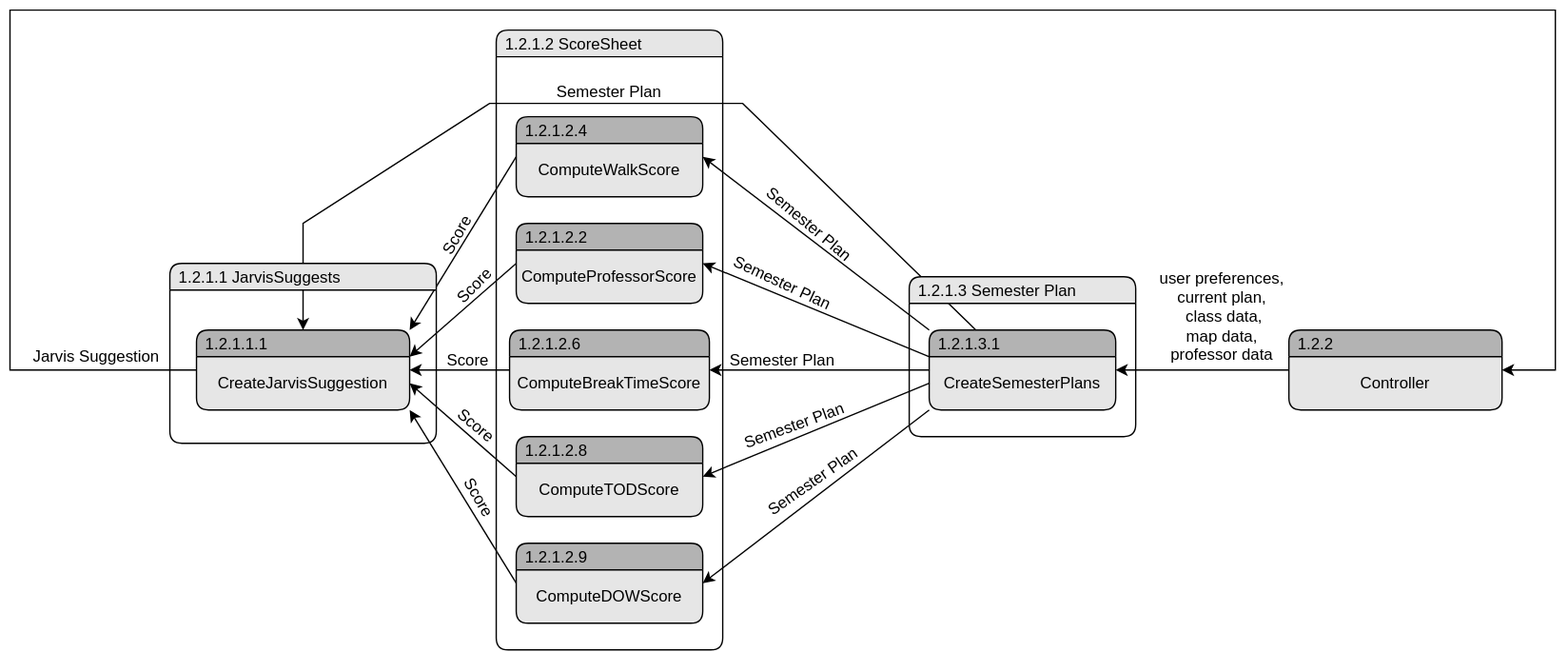
Earlier version of the draw.io export Logic/TeamTwoFiles/AlgorithmDataFlowDiagram.svg (MckennahPalmer/CSE430). Source tidied: cells renumbered, new cells last; positions are measured from the earlier drawing's top-left corner, leaving out a move shared by most shapes.
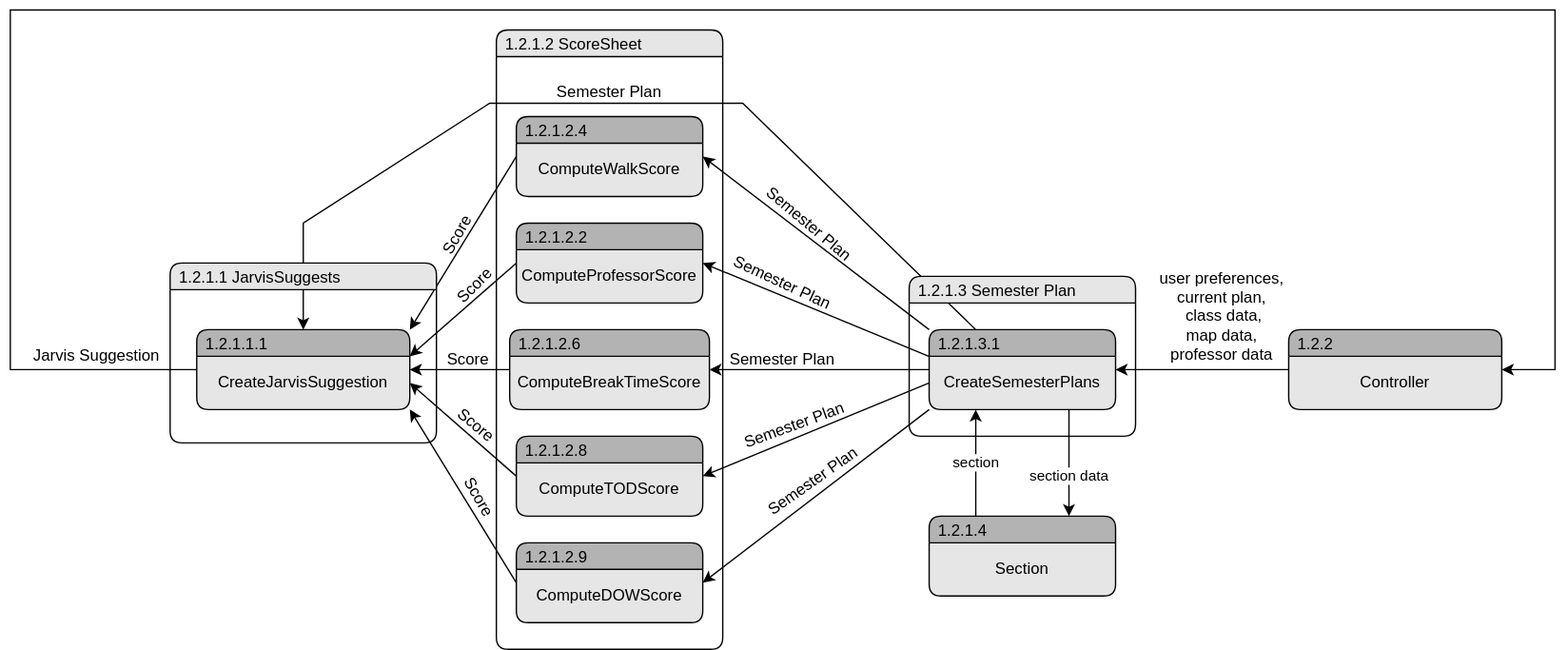
Above is the later version.

The edit, as a diff of the source:
```diff
@@ -62,21 +62,21 @@
     <mxCell id="21" style="endArrow=classic;html=1;rounded=0;exitX=0;exitY=0.25;exitDx=0;exitDy=0;entryX=1;entryY=0;entryDx=0;entryDy=0;" parent="1" edge="1" source="8" target="40">
       <mxGeometry relative="1" as="geometry" />
     </mxCell>
-    <mxCell id="22" style="endArrow=classic;html=1;rounded=0;entryX=1;entryY=0.25;entryDx=0;entryDy=0;exitX=0;exitY=0.25;exitDx=0;exitDy=0;" parent="1" edge="1" source="10">
-      <mxGeometry relative="1" as="geometry">
-        <mxPoint x="300" y="270" as="targetPoint" />
-      </mxGeometry>
-    </mxCell>
-    <mxCell id="23" style="endArrow=classic;html=1;rounded=0;entryX=1;entryY=0.5;entryDx=0;entryDy=0;exitX=0;exitY=0.25;exitDx=0;exitDy=0;" parent="1" edge="1" source="12">
-      <mxGeometry relative="1" as="geometry">
-        <mxPoint x="300" y="280" as="targetPoint" />
-      </mxGeometry>
-    </mxCell>
-    <mxCell id="24" style="endArrow=classic;html=1;rounded=0;entryX=1;entryY=1;entryDx=0;entryDy=0;exitX=0;exitY=0.25;exitDx=0;exitDy=0;" parent="1" edge="1" source="14">
-      <mxGeometry relative="1" as="geometry">
-        <mxPoint x="300" y="300" as="targetPoint" />
-      </mxGeometry>
-    </mxCell>
+    <mxCell id="47" style="endArrow=classic;html=1;rounded=0;entryX=1;entryY=0.25;entryDx=0;entryDy=0;exitX=0;exitY=0.25;exitDx=0;exitDy=0;" parent="1" edge="1" source="10">
+      <mxGeometry relative="1" as="geometry">
+        <mxPoint x="300" y="270" as="targetPoint" />
+      </mxGeometry>
+    </mxCell>
+    <mxCell id="48" style="endArrow=classic;html=1;rounded=0;entryX=1;entryY=0.5;entryDx=0;entryDy=0;exitX=0;exitY=0.25;exitDx=0;exitDy=0;" parent="1" edge="1" source="12">
+      <mxGeometry relative="1" as="geometry">
+        <mxPoint x="300" y="280" as="targetPoint" />
+      </mxGeometry>
+    </mxCell>
+    <mxCell id="49" style="endArrow=classic;html=1;rounded=0;entryX=1;entryY=1;entryDx=0;entryDy=0;exitX=0;exitY=0.25;exitDx=0;exitDy=0;" parent="1" edge="1" source="14">
+      <mxGeometry relative="1" as="geometry">
+        <mxPoint x="300" y="300" as="targetPoint" />
+      </mxGeometry>
+    </mxCell>
     <mxCell id="25" style="endArrow=classic;html=1;rounded=0;entryX=1;entryY=0.25;entryDx=0;entryDy=0;exitX=0;exitY=0.25;exitDx=0;exitDy=0;" parent="1" edge="1" source="40" target="46">
       <mxGeometry relative="1" as="geometry">
         <Array as="points">
@@ -147,16 +147,38 @@
     <mxCell id="43" value="1.2.1.3 Semester Plan" style="swimlane;fontStyle=0;horizontal=1;startSize=20;fillColor=#E6E6E6;swimlaneFillColor=none;rounded=1;spacingLeft=5;align=left;" parent="1" vertex="1">
       <mxGeometry x="675" y="200" width="170" height="120" as="geometry" />
     </mxCell>
-    <mxCell id="44" style="endArrow=classic;html=1;rounded=0;entryX=1;entryY=0.25;entryDx=0;entryDy=0;exitX=0;exitY=0.25;exitDx=0;exitDy=0;" parent="1" edge="1" target="6">
-      <mxGeometry relative="1" as="geometry">
-        <mxPoint x="960" y="270" as="sourcePoint" />
-      </mxGeometry>
-    </mxCell>
+    <mxCell id="50" style="endArrow=classic;html=1;rounded=0;entryX=1;entryY=0.25;entryDx=0;entryDy=0;exitX=0;exitY=0.25;exitDx=0;exitDy=0;" parent="1" edge="1" target="6">
+      <mxGeometry relative="1" as="geometry">
+        <mxPoint x="960" y="270" as="sourcePoint" />
+      </mxGeometry>
+    </mxCell>
     <mxCell id="45" value="1.2.2" style="swimlane;fontStyle=0;horizontal=1;startSize=20;fillColor=#B3B3B3;swimlaneFillColor=#E6E6E6;rounded=1;spacingLeft=5;align=left;" parent="1" vertex="1">
       <mxGeometry x="960" y="240" width="160" height="60" as="geometry" />
     </mxCell>
     <mxCell id="46" value="Controller" style="text;html=1;strokeColor=none;fillColor=none;align=center;verticalAlign=middle;whiteSpace=wrap;rounded=0;" parent="45" vertex="1">
       <mxGeometry y="20" width="160" height="40" as="geometry" />
     </mxCell>
+    <mxCell id="51" value="1.2.1.4" style="swimlane;fontStyle=0;horizontal=1;startSize=20;fillColor=#B3B3B3;swimlaneFillColor=#E6E6E6;rounded=1;spacingLeft=5;align=left;" parent="1" vertex="1">
+      <mxGeometry x="690" y="380" width="140" height="60" as="geometry" />
+    </mxCell>
+    <mxCell id="52" value="Section" style="text;html=1;strokeColor=none;fillColor=none;align=center;verticalAlign=middle;whiteSpace=wrap;rounded=0;" parent="51" vertex="1">
+      <mxGeometry y="20" width="140" height="40" as="geometry" />
+    </mxCell>
+    <mxCell id="53" style="endArrow=classic;html=1;rounded=0;exitX=0.75;exitY=1;exitDx=0;exitDy=0;entryX=0.75;entryY=0;entryDx=0;entryDy=0;" parent="1" edge="1" source="6" target="51">
+      <mxGeometry relative="1" as="geometry" />
+    </mxCell>
+    <mxCell id="54" value="section data" style="edgeLabel;html=1;align=center;verticalAlign=middle;" parent="53" vertex="1">
+      <mxGeometry x="-0.15" y="-1" relative="1" as="geometry">
+        <mxPoint y="16" as="offset" />
+      </mxGeometry>
+    </mxCell>
+    <mxCell id="55" style="endArrow=classic;html=1;rounded=0;entryX=0.25;entryY=1;entryDx=0;entryDy=0;exitX=0.25;exitY=0;exitDx=0;exitDy=0;" parent="1" edge="1" source="51" target="6">
+      <mxGeometry relative="1" as="geometry" />
+    </mxCell>
+    <mxCell id="56" value="section" style="edgeLabel;html=1;align=center;verticalAlign=middle;" parent="55" vertex="1">
+      <mxGeometry x="0.76" y="1" relative="1" as="geometry">
+        <mxPoint y="29" as="offset" />
+      </mxGeometry>
+    </mxCell>
   </root>
 </mxGraphModel>
```
